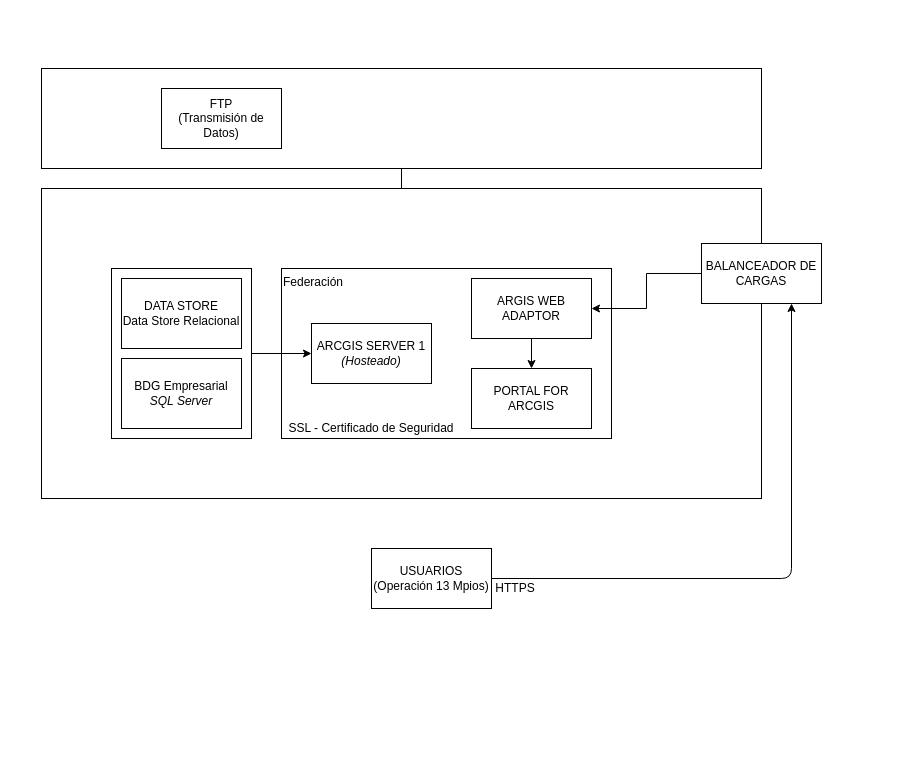
This is InfraestructuraSIG.drawio from rjsaby/FlujoProcesos, a draw.io file, before an edit. Source tidied: cells renumbered, new cells numbered last; positions are measured from the earlier drawing's top-left corner, leaving out a move shared by most shapes. Both pictures are drawn from the tidied source at 100%, with x=0, y=0 at pixel (41, 68).
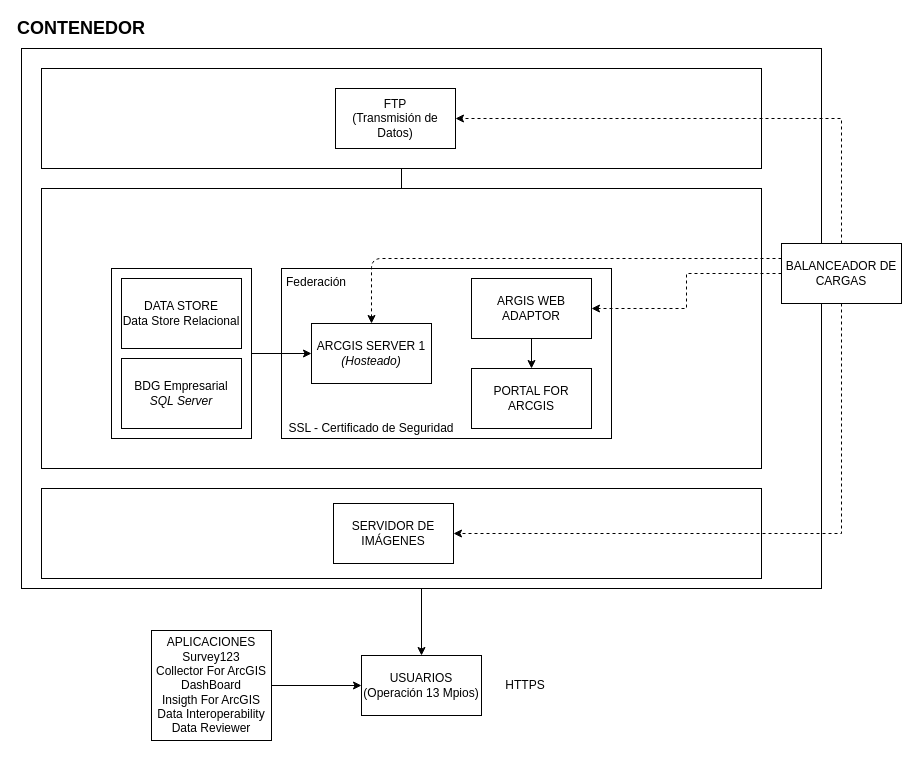
After the change.

Unchanged cells that the change refers to:
```xml
<mxCell id="9" value="ARCGIS SERVER 1&lt;br&gt;&lt;i&gt;(Hosteado)&lt;/i&gt;" style="rounded=0;whiteSpace=wrap;html=1;" parent="1" vertex="1">
  <mxGeometry x="270" y="255" width="120" height="60" as="geometry" />
</mxCell>
<mxCell id="12" value="ARGIS WEB&lt;br&gt;ADAPTOR" style="rounded=0;whiteSpace=wrap;html=1;" parent="1" vertex="1">
  <mxGeometry x="430" y="210" width="120" height="60" as="geometry" />
</mxCell>
```

The edit, as a diff of the source:
```diff
@@
+    <mxCell id="22" style="edgeStyle=orthogonalEdgeStyle;rounded=0;jettySize=auto;html=1;entryX=0.5;entryY=0;entryDx=0;entryDy=0;" parent="1" edge="1" source="23" target="19">
+      <mxGeometry relative="1" as="geometry" />
+    </mxCell>
+    <mxCell id="23" style="rounded=0;whiteSpace=wrap;html=1;" parent="1" vertex="1">
+      <mxGeometry x="-20" y="-20" width="800" height="540" as="geometry" />
+    </mxCell>
     <mxCell id="2" style="rounded=0;whiteSpace=wrap;html=1;" parent="1" vertex="1">
-      <mxGeometry y="120" width="720" height="310" as="geometry" />
+      <mxGeometry y="120" width="720" height="280" as="geometry" />
     </mxCell>
@@
-    <mxCell id="6" style="edgeStyle=orthogonalEdgeStyle;rounded=0;jettySize=auto;html=1;entryX=1;entryY=0.5;entryDx=0;entryDy=0;" parent="1" edge="1" source="7" target="12">
+    <mxCell id="6" style="edgeStyle=orthogonalEdgeStyle;rounded=0;jettySize=auto;html=1;entryX=1;entryY=0.5;entryDx=0;entryDy=0;dashed=1;" parent="1" edge="1" source="7" target="12">
       <mxGeometry relative="1" as="geometry" />
     </mxCell>
     <mxCell id="7" value="BALANCEADOR DE&lt;br&gt;CARGAS" style="rounded=0;whiteSpace=wrap;html=1;" parent="1" vertex="1">
-      <mxGeometry x="660" y="175" width="120" height="60" as="geometry" />
+      <mxGeometry x="740" y="175" width="120" height="60" as="geometry" />
     </mxCell>
@@
     <mxCell id="13" value="Federación" style="text;html=1;strokeColor=none;fillColor=none;align=center;verticalAlign=middle;whiteSpace=wrap;rounded=0;" parent="1" vertex="1">
-      <mxGeometry x="252" y="204" width="40" height="20" as="geometry" />
+      <mxGeometry x="255" y="204" width="40" height="20" as="geometry" />
     </mxCell>
@@
     <mxCell id="16" value="FTP&lt;br&gt;(Transmisión de Datos)" style="rounded=0;whiteSpace=wrap;html=1;" parent="1" vertex="1">
-      <mxGeometry x="120" y="20" width="120" height="60" as="geometry" />
+      <mxGeometry x="294" y="20" width="120" height="60" as="geometry" />
     </mxCell>
@@
     <mxCell id="19" value="USUARIOS&lt;br&gt;(Operación 13 Mpios)" style="rounded=0;whiteSpace=wrap;html=1;" parent="1" vertex="1">
-      <mxGeometry x="330" y="480" width="120" height="60" as="geometry" />
+      <mxGeometry x="320" y="587" width="120" height="60" as="geometry" />
     </mxCell>
-    <mxCell id="20" style="endArrow=classic;html=1;exitX=1;exitY=0.5;exitDx=0;exitDy=0;entryX=0.75;entryY=1;entryDx=0;entryDy=0;" parent="1" edge="1" source="19" target="7">
-      <mxGeometry relative="1" as="geometry">
-        <Array as="points">
-          <mxPoint x="750" y="510" />
-        </Array>
-      </mxGeometry>
-    </mxCell>
     <mxCell id="21" value="HTTPS" style="text;html=1;strokeColor=none;fillColor=none;align=center;verticalAlign=middle;whiteSpace=wrap;rounded=0;" parent="1" vertex="1">
-      <mxGeometry x="454" y="510" width="40" height="20" as="geometry" />
+      <mxGeometry x="464" y="607" width="40" height="20" as="geometry" />
     </mxCell>
+    <mxCell id="24" style="edgeStyle=orthogonalEdgeStyle;rounded=0;jettySize=auto;html=1;entryX=0;entryY=0.5;entryDx=0;entryDy=0;" parent="1" edge="1" source="25" target="19">
+      <mxGeometry relative="1" as="geometry" />
+    </mxCell>
+    <mxCell id="25" value="APLICACIONES&lt;br&gt;Survey123&lt;br&gt;Collector For ArcGIS&lt;br&gt;DashBoard&lt;br&gt;Insigth For ArcGIS&lt;br&gt;Data Interoperability&lt;br&gt;Data Reviewer" style="rounded=0;whiteSpace=wrap;html=1;" parent="1" vertex="1">
+      <mxGeometry x="110" y="562" width="120" height="110" as="geometry" />
+    </mxCell>
+    <mxCell id="26" style="endArrow=classic;html=1;exitX=0;exitY=0.25;exitDx=0;exitDy=0;entryX=0.5;entryY=0;entryDx=0;entryDy=0;dashed=1;" parent="1" edge="1" source="7" target="9">
+      <mxGeometry relative="1" as="geometry">
+        <Array as="points">
+          <mxPoint x="330" y="190" />
+        </Array>
+      </mxGeometry>
+    </mxCell>
+    <mxCell id="27" style="rounded=0;whiteSpace=wrap;html=1;" parent="1" vertex="1">
+      <mxGeometry y="420" width="720" height="90" as="geometry" />
+    </mxCell>
+    <mxCell id="28" value="SERVIDOR DE&lt;br&gt;IMÁGENES" style="rounded=0;whiteSpace=wrap;html=1;" parent="1" vertex="1">
+      <mxGeometry x="292" y="435" width="120" height="60" as="geometry" />
+    </mxCell>
+    <mxCell id="29" style="edgeStyle=orthogonalEdgeStyle;rounded=0;jettySize=auto;html=1;entryX=1;entryY=0.5;entryDx=0;entryDy=0;dashed=1;" parent="1" edge="1" source="7" target="16">
+      <mxGeometry relative="1" as="geometry">
+        <Array as="points">
+          <mxPoint x="800" y="50" />
+        </Array>
+      </mxGeometry>
+    </mxCell>
+    <mxCell id="30" style="edgeStyle=orthogonalEdgeStyle;rounded=0;jettySize=auto;html=1;exitX=0.5;exitY=1;exitDx=0;exitDy=0;entryX=1;entryY=0.5;entryDx=0;entryDy=0;dashed=1;" parent="1" edge="1" source="7" target="28">
+      <mxGeometry relative="1" as="geometry" />
+    </mxCell>
+    <mxCell id="31" value="&lt;b&gt;&lt;font style=&quot;font-size: 18px&quot;&gt;CONTENEDOR&lt;/font&gt;&lt;/b&gt;" style="text;html=1;strokeColor=none;fillColor=none;align=center;verticalAlign=middle;whiteSpace=wrap;rounded=0;" parent="1" vertex="1">
+      <mxGeometry x="20" y="-50" width="40" height="20" as="geometry" />
+    </mxCell>
```
